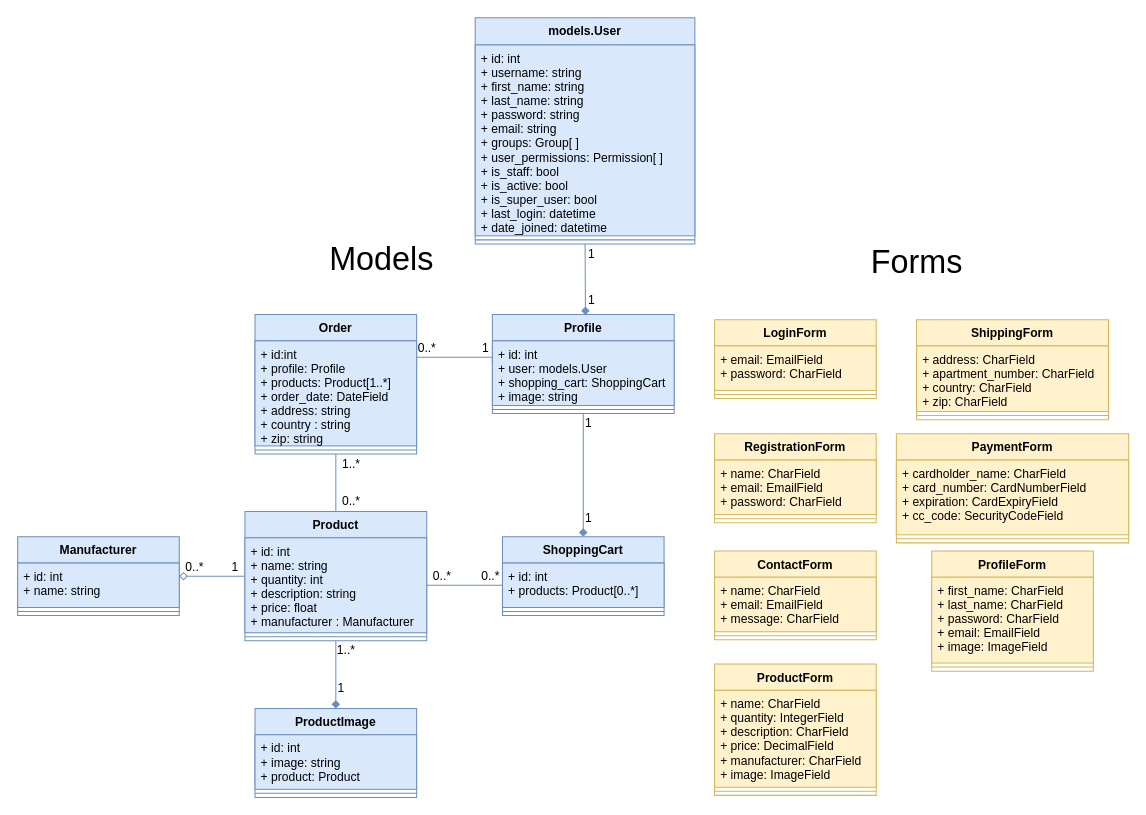
Before: documentation/diagrams/class_diagram.drawio in RunarVestmann/verklegtnamskeid2, a draw.io diagram. Source tidied: cells renumbered, new cells numbered last; positions are measured from the earlier drawing's top-left corner, leaving out a move shared by most shapes. Both pictures are drawn from the tidied source at 101%, with x=0, y=0 at pixel (17, 17).
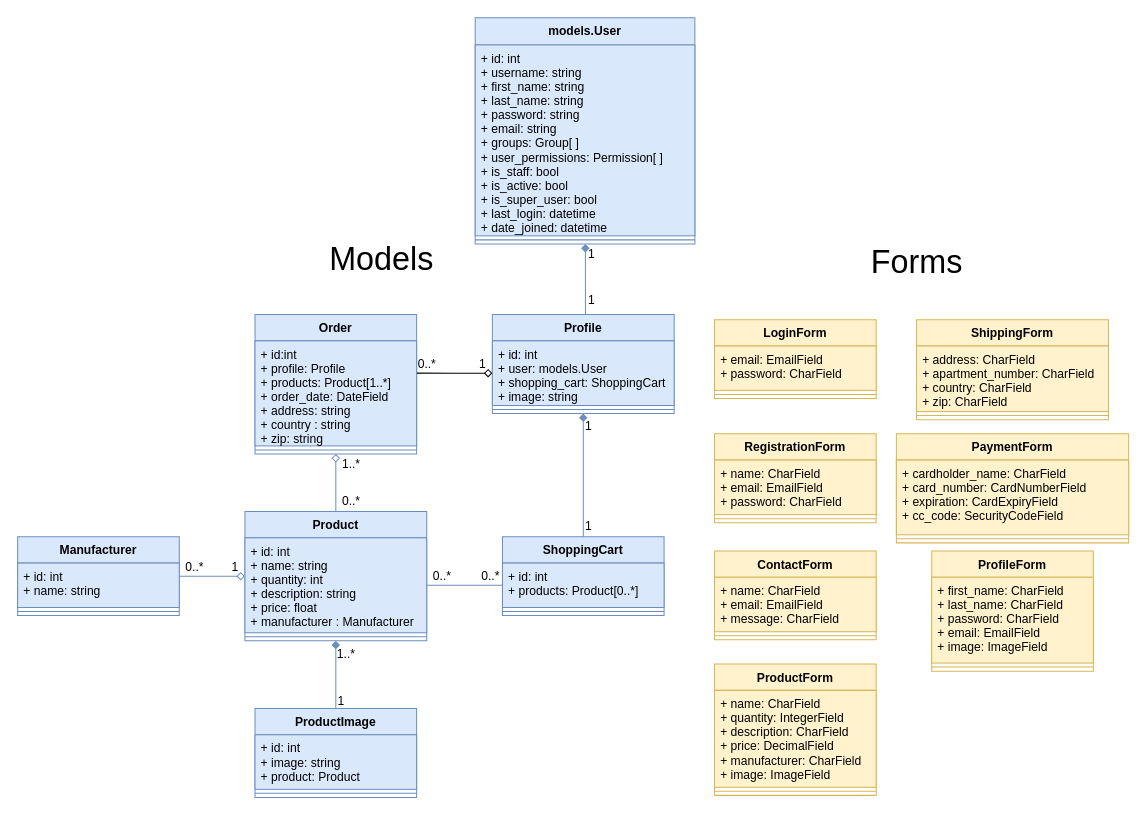
After the change.

Commit message (it also covers changes not shown here):
Flipped the diamond shape so it faces the right direction

The change refers to these unchanged cells:
```xml
<mxCell id="20" value="Profile" style="swimlane;fontStyle=1;align=center;verticalAlign=top;horizontal=1;startSize=26;fillColor=#dae8fc;strokeColor=#6c8ebf;" parent="1" vertex="1">
  <mxGeometry x="470" y="294" width="180" height="98" as="geometry" />
</mxCell>
<mxCell id="21" value="+ id: int&#10;+ user: models.User&#10;+ shopping_cart: ShoppingCart&#10;+ image: string&#10;&#10;" style="text;strokeColor=#6c8ebf;fillColor=#dae8fc;align=left;verticalAlign=top;spacingLeft=4;spacingRight=4;overflow=hidden;points=[[0,0.5],[1,0.5]];portConstraint=eastwest;" parent="20" vertex="1">
  <mxGeometry y="26" width="180" height="64" as="geometry" />
</mxCell>
<mxCell id="23" value="Order" style="swimlane;fontStyle=1;align=center;verticalAlign=top;horizontal=1;startSize=26;fillColor=#dae8fc;strokeColor=#6c8ebf;" parent="1" vertex="1">
  <mxGeometry x="235" y="294" width="160" height="138" as="geometry" />
</mxCell>
<mxCell id="24" value="+ id:int&#10;+ profile: Profile&#10;+ products: Product[1..*]&#10;+ order_date: DateField&#10;+ address: string&#10;+ country : string&#10;+ zip: string" style="text;strokeColor=#6c8ebf;fillColor=#dae8fc;align=left;verticalAlign=top;spacingLeft=4;spacingRight=4;overflow=hidden;points=[[0,0.5],[1,0.5]];portConstraint=eastwest;" parent="23" vertex="1">
  <mxGeometry y="26" width="160" height="104" as="geometry" />
</mxCell>
<mxCell id="26" value="Product" style="swimlane;fontStyle=1;align=center;verticalAlign=top;horizontal=1;startSize=26;fillColor=#dae8fc;strokeColor=#6c8ebf;" parent="1" vertex="1">
  <mxGeometry x="225" y="489" width="180" height="128" as="geometry" />
</mxCell>
<mxCell id="29" value="ProductImage" style="swimlane;fontStyle=1;align=center;verticalAlign=top;horizontal=1;startSize=26;fillColor=#dae8fc;strokeColor=#6c8ebf;" parent="1" vertex="1">
  <mxGeometry x="235" y="684" width="160" height="88" as="geometry" />
</mxCell>
<mxCell id="32" value="ShoppingCart" style="swimlane;fontStyle=1;align=center;verticalAlign=top;horizontal=1;startSize=26;fillColor=#dae8fc;strokeColor=#6c8ebf;" parent="1" vertex="1">
  <mxGeometry x="480" y="514" width="160" height="78" as="geometry" />
</mxCell>
<mxCell id="41" value="Manufacturer" style="swimlane;fontStyle=1;align=center;verticalAlign=top;horizontal=1;startSize=26;fillColor=#dae8fc;strokeColor=#6c8ebf;" parent="1" vertex="1">
  <mxGeometry y="514" width="160" height="78" as="geometry" />
</mxCell>
<mxCell id="45" value="1" style="text;html=1;align=center;verticalAlign=middle;points=[];" parent="1" vertex="1">
  <mxGeometry x="558" y="224" width="20" height="20" as="geometry" />
</mxCell>
<mxCell id="47" value="models.User" style="swimlane;fontStyle=1;align=center;verticalAlign=top;horizontal=1;startSize=27;fillColor=#dae8fc;strokeColor=#6c8ebf;" parent="1" vertex="1">
  <mxGeometry x="453" width="217.5" height="224" as="geometry" />
</mxCell>
```

Diff of the diagram source:
```diff
@@
-    <mxCell id="2" style="edgeStyle=orthogonalEdgeStyle;rounded=0;jettySize=auto;html=1;exitX=0.5;exitY=1;exitDx=0;exitDy=0;entryX=0.5;entryY=0;entryDx=0;entryDy=0;endArrow=diamond;endFill=1;fillColor=#dae8fc;strokeColor=#6c8ebf;" parent="1" edge="1" source="20" target="32">
+    <mxCell id="2" style="edgeStyle=orthogonalEdgeStyle;rounded=0;jettySize=auto;html=1;exitX=0.5;exitY=1;exitDx=0;exitDy=0;entryX=0.5;entryY=0;entryDx=0;entryDy=0;endArrow=none;endFill=0;fillColor=#dae8fc;strokeColor=#6c8ebf;startArrow=diamond;startFill=1;" parent="1" edge="1" source="20" target="32">
       <mxGeometry relative="1" as="geometry" />
     </mxCell>
@@
-    <mxCell id="4" style="edgeStyle=orthogonalEdgeStyle;rounded=0;jettySize=auto;html=1;exitX=0.5;exitY=0;exitDx=0;exitDy=0;entryX=0.5;entryY=1;entryDx=0;entryDy=0;endArrow=none;endFill=0;startArrow=diamond;startFill=1;fillColor=#dae8fc;strokeColor=#6c8ebf;" parent="1" edge="1" source="29" target="26">
+    <mxCell id="4" style="edgeStyle=orthogonalEdgeStyle;rounded=0;jettySize=auto;html=1;exitX=0.5;exitY=0;exitDx=0;exitDy=0;entryX=0.5;entryY=1;entryDx=0;entryDy=0;endArrow=diamond;endFill=1;startArrow=none;startFill=0;fillColor=#dae8fc;strokeColor=#6c8ebf;" parent="1" edge="1" source="29" target="26">
       <mxGeometry relative="1" as="geometry" />
     </mxCell>
-    <mxCell id="5" style="edgeStyle=orthogonalEdgeStyle;rounded=0;jettySize=auto;html=1;exitX=0;exitY=0.5;exitDx=0;exitDy=0;entryX=1;entryY=0.5;entryDx=0;entryDy=0;startArrow=none;startFill=0;endArrow=diamond;endFill=0;fillColor=#dae8fc;strokeColor=#6c8ebf;" parent="1" edge="1" source="26" target="41">
+    <mxCell id="5" style="edgeStyle=orthogonalEdgeStyle;rounded=0;jettySize=auto;html=1;exitX=0;exitY=0.5;exitDx=0;exitDy=0;entryX=1;entryY=0.5;entryDx=0;entryDy=0;startArrow=diamond;startFill=0;endArrow=none;endFill=0;fillColor=#dae8fc;strokeColor=#6c8ebf;" parent="1" edge="1" source="26" target="41">
       <mxGeometry relative="1" as="geometry" />
     </mxCell>
     <mxCell id="6" value="&lt;font style=&quot;font-size: 12px&quot;&gt;1&lt;/font&gt;" style="text;html=1;align=center;verticalAlign=middle;" parent="1" vertex="1">
-      <mxGeometry x="555" y="392" width="20" height="20" as="geometry" />
+      <mxGeometry x="555" y="395" width="20" height="20" as="geometry" />
     </mxCell>
     <mxCell id="7" value="&lt;font style=&quot;font-size: 12px&quot;&gt;1&lt;/font&gt;" style="text;html=1;align=center;verticalAlign=middle;" parent="1" vertex="1">
-      <mxGeometry x="555" y="486" width="20" height="20" as="geometry" />
+      <mxGeometry x="555" y="494" width="20" height="20" as="geometry" />
     </mxCell>
     <mxCell id="8" value="&lt;font style=&quot;font-size: 12px&quot;&gt;1&lt;/font&gt;" style="text;html=1;align=center;verticalAlign=middle;" parent="1" vertex="1">
-      <mxGeometry x="453" y="318" width="20" height="20" as="geometry" />
+      <mxGeometry x="450" y="333" width="20" height="20" as="geometry" />
     </mxCell>
     <mxCell id="9" value="0..*" style="text;html=1;align=center;verticalAlign=middle;" parent="1" vertex="1">
-      <mxGeometry x="390" y="318" width="30" height="20" as="geometry" />
+      <mxGeometry x="390" y="333" width="30" height="20" as="geometry" />
     </mxCell>
@@
     <mxCell id="12" value="1..*" style="text;html=1;align=center;verticalAlign=middle;" parent="1" vertex="1">
-      <mxGeometry x="310" y="617" width="30" height="20" as="geometry" />
+      <mxGeometry x="310" y="620" width="30" height="20" as="geometry" />
     </mxCell>
     <mxCell id="13" value="1" style="text;html=1;align=center;verticalAlign=middle;" parent="1" vertex="1">
-      <mxGeometry x="310" y="654" width="20" height="20" as="geometry" />
+      <mxGeometry x="310" y="667" width="20" height="20" as="geometry" />
     </mxCell>
-    <mxCell id="14" style="edgeStyle=orthogonalEdgeStyle;rounded=0;jettySize=auto;html=1;exitX=0;exitY=0.5;exitDx=0;exitDy=0;entryX=1.001;entryY=0.156;entryDx=0;entryDy=0;entryPerimeter=0;endArrow=none;endFill=0;fillColor=#dae8fc;strokeColor=#6c8ebf;" parent="1" edge="1" source="20" target="24">
-      <mxGeometry relative="1" as="geometry">
-        <Array as="points">
-          <mxPoint x="470" y="336" />
-        </Array>
-      </mxGeometry>
-    </mxCell>
-    <mxCell id="15" style="edgeStyle=orthogonalEdgeStyle;rounded=0;jettySize=auto;html=1;exitX=0.5;exitY=1;exitDx=0;exitDy=0;entryX=0.5;entryY=0;entryDx=0;entryDy=0;endArrow=none;endFill=0;fillColor=#dae8fc;strokeColor=#6c8ebf;" parent="1" edge="1" source="23" target="26">
+    <mxCell id="15" style="edgeStyle=orthogonalEdgeStyle;rounded=0;jettySize=auto;html=1;exitX=0.5;exitY=1;exitDx=0;exitDy=0;entryX=0.5;entryY=0;entryDx=0;entryDy=0;endArrow=none;endFill=0;fillColor=#dae8fc;strokeColor=#6c8ebf;startArrow=diamond;startFill=0;" parent="1" edge="1" source="23" target="26">
       <mxGeometry relative="1" as="geometry" />
     </mxCell>
@@
-    <mxCell id="46" style="edgeStyle=orthogonalEdgeStyle;rounded=0;jettySize=auto;html=1;exitX=0.5;exitY=1;exitDx=0;exitDy=0;entryX=0.512;entryY=0.004;entryDx=0;entryDy=0;entryPerimeter=0;endArrow=diamond;endFill=1;fillColor=#dae8fc;strokeColor=#6c8ebf;" parent="1" edge="1" source="47" target="20">
+    <mxCell id="46" style="edgeStyle=orthogonalEdgeStyle;rounded=0;jettySize=auto;html=1;entryX=0.512;entryY=0.004;entryDx=0;entryDy=0;entryPerimeter=0;endArrow=none;endFill=0;fillColor=#dae8fc;strokeColor=#6c8ebf;startArrow=diamond;startFill=1;exitX=0.206;exitY=0.006;exitDx=0;exitDy=0;exitPerimeter=0;" parent="1" edge="1" source="45" target="20">
       <mxGeometry relative="1" as="geometry">
         <Array as="points">
+          <mxPoint x="562" y="227" />
           <mxPoint x="562" y="227" />
         </Array>
       </mxGeometry>
     </mxCell>
@@
+    <mxCell id="68" style="edgeStyle=orthogonalEdgeStyle;rounded=0;jettySize=auto;html=1;exitX=0;exitY=0.5;exitDx=0;exitDy=0;entryX=1.002;entryY=0.307;entryDx=0;entryDy=0;entryPerimeter=0;startArrow=diamond;startFill=0;endArrow=none;endFill=0;" parent="1" edge="1" source="21" target="24">
+      <mxGeometry relative="1" as="geometry" />
+    </mxCell>
```
